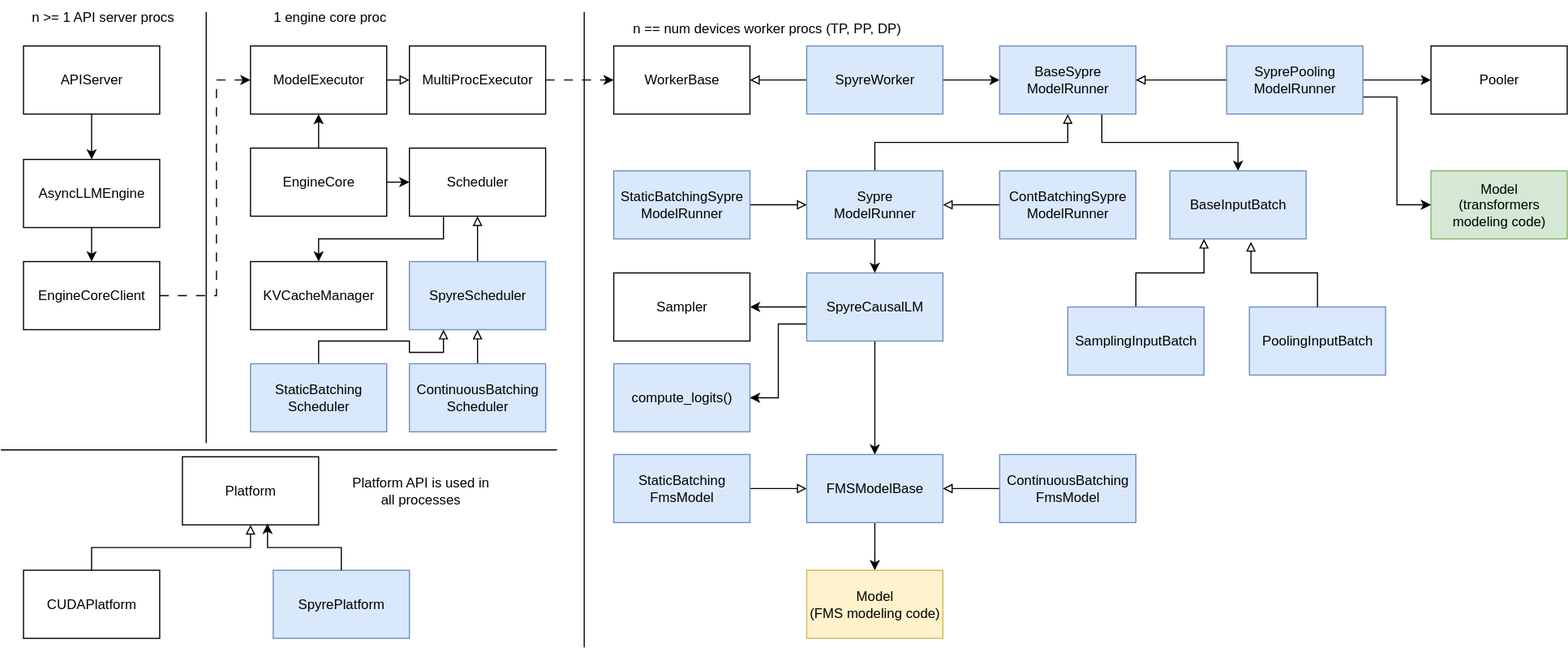
This is docs/contributing/images/vllm_v1_spyre.svg from vllm-project/vllm-spyre, a draw.io export, as it was before one commit. Source tidied: cells renumbered, new cells last; positions are measured from the earlier drawing's top-left corner, leaving out a move shared by most shapes.
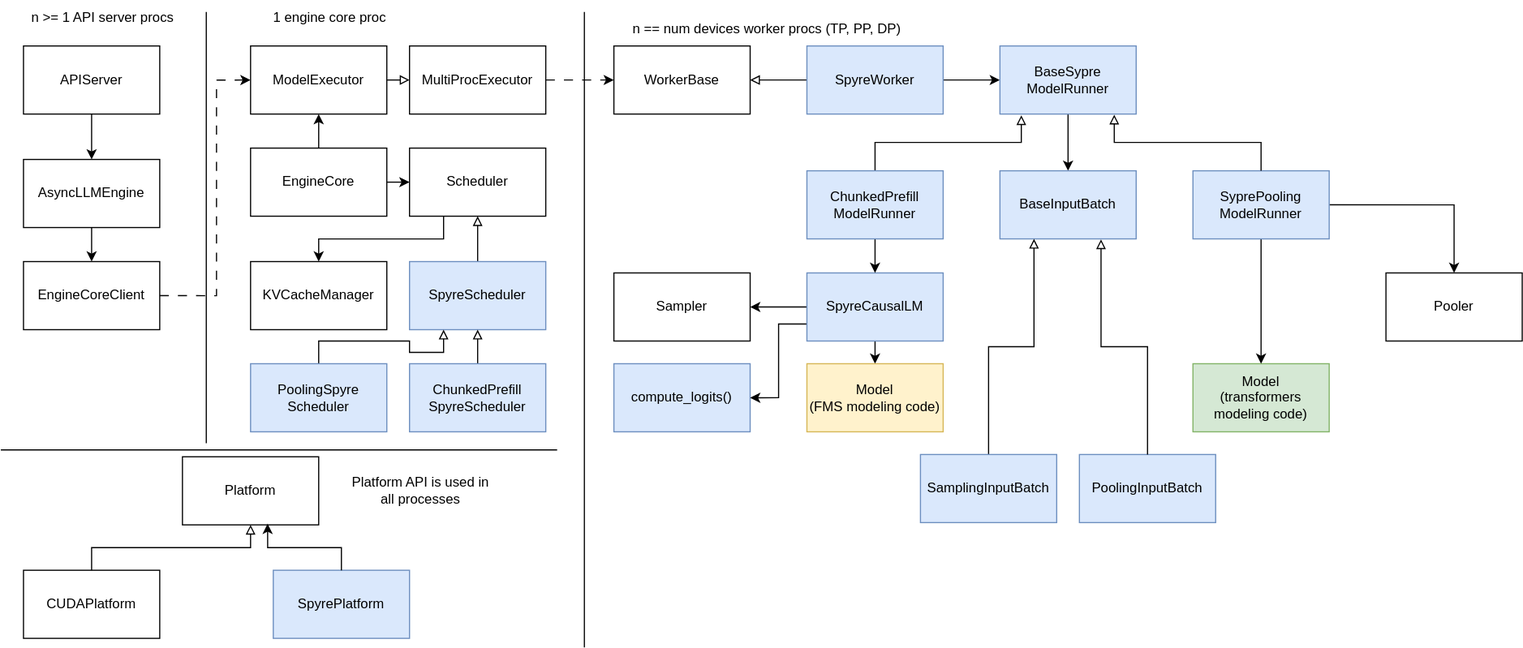
The same file after the commit.

Change to the diagram source:
```diff
@@ -67,23 +67,23 @@
     <mxCell id="21" value="SpyreWorker" style="rounded=0;whiteSpace=wrap;html=1;fillColor=#dae8fc;strokeColor=#6c8ebf;" parent="1" vertex="1">
       <mxGeometry x="710" y="40" width="120" height="60" as="geometry" />
     </mxCell>
-    <mxCell id="22" style="edgeStyle=orthogonalEdgeStyle;rounded=0;jettySize=auto;html=1;exitX=0.75;exitY=1;exitDx=0;exitDy=0;entryX=0.5;entryY=0;entryDx=0;entryDy=0;" parent="1" edge="1" source="23" target="24">
+    <mxCell id="22" style="edgeStyle=orthogonalEdgeStyle;rounded=0;jettySize=auto;html=1;exitX=0.5;exitY=1;exitDx=0;exitDy=0;entryX=0.5;entryY=0;entryDx=0;entryDy=0;" parent="1" edge="1" source="23" target="24">
       <mxGeometry relative="1" as="geometry" />
     </mxCell>
     <mxCell id="23" value="BaseSypre&lt;br&gt;ModelRunner" style="rounded=0;whiteSpace=wrap;html=1;fillColor=#dae8fc;strokeColor=#6c8ebf;" parent="1" vertex="1">
       <mxGeometry x="880" y="40" width="120" height="60" as="geometry" />
     </mxCell>
     <mxCell id="24" value="BaseInputBatch" style="rounded=0;whiteSpace=wrap;html=1;fillColor=#dae8fc;strokeColor=#6c8ebf;" parent="1" vertex="1">
-      <mxGeometry x="1030" y="150" width="120" height="60" as="geometry" />
+      <mxGeometry x="880" y="150" width="120" height="60" as="geometry" />
     </mxCell>
     <mxCell id="25" value="Model&lt;br&gt;(transformers&lt;br&gt;modeling code)" style="rounded=0;whiteSpace=wrap;html=1;fillColor=#d5e8d4;strokeColor=#82b366;" parent="1" vertex="1">
-      <mxGeometry x="1260" y="150" width="120" height="60" as="geometry" />
+      <mxGeometry x="1050" y="320" width="120" height="60" as="geometry" />
     </mxCell>
     <mxCell id="26" value="Sampler" style="rounded=0;whiteSpace=wrap;html=1;" parent="1" vertex="1">
       <mxGeometry x="540" y="240" width="120" height="60" as="geometry" />
     </mxCell>
     <mxCell id="27" value="Pooler" style="rounded=0;whiteSpace=wrap;html=1;" parent="1" vertex="1">
-      <mxGeometry x="1260" y="40" width="120" height="60" as="geometry" />
+      <mxGeometry x="1220" y="240" width="120" height="60" as="geometry" />
     </mxCell>
     <mxCell id="28" value="compute_logits()" style="rounded=0;whiteSpace=wrap;html=1;strokeColor=#6c8ebf;fillColor=#dae8fc;" parent="1" vertex="1">
       <mxGeometry x="540" y="320" width="120" height="60" as="geometry" />
@@ -133,47 +133,32 @@
     <mxCell id="43" style="edgeStyle=orthogonalEdgeStyle;rounded=0;jettySize=auto;html=1;exitX=0.5;exitY=0;exitDx=0;exitDy=0;entryX=0.25;entryY=1;entryDx=0;entryDy=0;endArrow=block;endFill=0;" parent="1" edge="1" source="44" target="42">
       <mxGeometry relative="1" as="geometry" />
     </mxCell>
-    <mxCell id="44" value="StaticBatching&lt;br&gt;Scheduler" style="rounded=0;whiteSpace=wrap;html=1;fillColor=#dae8fc;strokeColor=#6c8ebf;" parent="1" vertex="1">
+    <mxCell id="44" value="PoolingSpyre&lt;br&gt;Scheduler" style="rounded=0;whiteSpace=wrap;html=1;fillColor=#dae8fc;strokeColor=#6c8ebf;" parent="1" vertex="1">
       <mxGeometry x="220" y="320" width="120" height="60" as="geometry" />
     </mxCell>
     <mxCell id="45" style="edgeStyle=orthogonalEdgeStyle;rounded=0;jettySize=auto;html=1;exitX=0.5;exitY=0;exitDx=0;exitDy=0;entryX=0.5;entryY=1;entryDx=0;entryDy=0;endArrow=block;endFill=0;" parent="1" edge="1" source="46" target="42">
       <mxGeometry relative="1" as="geometry" />
     </mxCell>
-    <mxCell id="46" value="ContinuousBatching&lt;br&gt;Scheduler" style="rounded=0;whiteSpace=wrap;html=1;fillColor=#dae8fc;strokeColor=#6c8ebf;" parent="1" vertex="1">
+    <mxCell id="46" value="ChunkedPrefill&lt;br&gt;SpyreScheduler" style="rounded=0;whiteSpace=wrap;html=1;fillColor=#dae8fc;strokeColor=#6c8ebf;" parent="1" vertex="1">
       <mxGeometry x="360" y="320" width="120" height="60" as="geometry" />
     </mxCell>
-    <mxCell id="47" style="edgeStyle=orthogonalEdgeStyle;rounded=0;jettySize=auto;html=1;exitX=1;exitY=0.5;exitDx=0;exitDy=0;entryX=0;entryY=0.5;entryDx=0;entryDy=0;endArrow=block;endFill=0;" parent="1" edge="1" source="48" target="71">
-      <mxGeometry relative="1" as="geometry" />
-    </mxCell>
-    <mxCell id="48" value="StaticBatchingSypre&lt;br&gt;ModelRunner" style="rounded=0;whiteSpace=wrap;html=1;fillColor=#dae8fc;strokeColor=#6c8ebf;" parent="1" vertex="1">
-      <mxGeometry x="540" y="150" width="120" height="60" as="geometry" />
-    </mxCell>
-    <mxCell id="49" style="edgeStyle=orthogonalEdgeStyle;rounded=0;jettySize=auto;html=1;exitX=0;exitY=0.5;exitDx=0;exitDy=0;entryX=1;entryY=0.5;entryDx=0;entryDy=0;endArrow=block;endFill=0;" parent="1" edge="1" source="50" target="71">
-      <mxGeometry relative="1" as="geometry" />
-    </mxCell>
-    <mxCell id="50" value="ContBatchingSypre&lt;br&gt;ModelRunner" style="rounded=0;whiteSpace=wrap;html=1;fillColor=#dae8fc;strokeColor=#6c8ebf;" parent="1" vertex="1">
-      <mxGeometry x="880" y="150" width="120" height="60" as="geometry" />
-    </mxCell>
-    <mxCell id="51" style="edgeStyle=orthogonalEdgeStyle;rounded=0;jettySize=auto;html=1;exitX=0;exitY=0.5;exitDx=0;exitDy=0;entryX=1;entryY=0.5;entryDx=0;entryDy=0;endArrow=block;endFill=0;" parent="1" edge="1" source="54" target="23">
-      <mxGeometry relative="1" as="geometry" />
-    </mxCell>
     <mxCell id="52" style="edgeStyle=orthogonalEdgeStyle;rounded=0;jettySize=auto;html=1;exitX=1;exitY=0.5;exitDx=0;exitDy=0;" parent="1" edge="1" source="54" target="27">
       <mxGeometry relative="1" as="geometry" />
     </mxCell>
-    <mxCell id="53" style="edgeStyle=orthogonalEdgeStyle;rounded=0;jettySize=auto;html=1;exitX=1;exitY=0.75;exitDx=0;exitDy=0;entryX=0;entryY=0.5;entryDx=0;entryDy=0;" parent="1" edge="1" source="54" target="25">
+    <mxCell id="53" style="edgeStyle=orthogonalEdgeStyle;rounded=0;jettySize=auto;html=1;exitX=0.5;exitY=1;exitDx=0;exitDy=0;" parent="1" edge="1" source="54" target="25">
       <mxGeometry relative="1" as="geometry" />
     </mxCell>
     <mxCell id="54" value="SyprePooling&lt;br&gt;ModelRunner" style="rounded=0;whiteSpace=wrap;html=1;fillColor=#dae8fc;strokeColor=#6c8ebf;" parent="1" vertex="1">
-      <mxGeometry x="1080" y="40" width="120" height="60" as="geometry" />
+      <mxGeometry x="1050" y="150" width="120" height="60" as="geometry" />
     </mxCell>
     <mxCell id="55" style="edgeStyle=orthogonalEdgeStyle;rounded=0;jettySize=auto;html=1;exitX=0.5;exitY=0;exitDx=0;exitDy=0;entryX=0.25;entryY=1;entryDx=0;entryDy=0;endArrow=block;endFill=0;" parent="1" edge="1" source="56" target="24">
       <mxGeometry relative="1" as="geometry" />
     </mxCell>
     <mxCell id="56" value="SamplingInputBatch" style="rounded=0;whiteSpace=wrap;html=1;fillColor=#dae8fc;strokeColor=#6c8ebf;" parent="1" vertex="1">
-      <mxGeometry x="940" y="270" width="120" height="60" as="geometry" />
+      <mxGeometry x="810" y="400" width="120" height="60" as="geometry" />
     </mxCell>
     <mxCell id="57" value="PoolingInputBatch" style="rounded=0;whiteSpace=wrap;html=1;fillColor=#dae8fc;strokeColor=#6c8ebf;" parent="1" vertex="1">
-      <mxGeometry x="1100" y="270" width="120" height="60" as="geometry" />
+      <mxGeometry x="950" y="400" width="120" height="60" as="geometry" />
     </mxCell>
     <mxCell id="58" style="edgeStyle=orthogonalEdgeStyle;rounded=0;jettySize=auto;html=1;exitX=0;exitY=0.5;exitDx=0;exitDy=0;entryX=1;entryY=0.5;entryDx=0;entryDy=0;" parent="1" edge="1" source="61" target="26">
       <mxGeometry relative="1" as="geometry" />
@@ -181,44 +166,29 @@
     <mxCell id="59" style="edgeStyle=orthogonalEdgeStyle;rounded=0;jettySize=auto;html=1;exitX=0;exitY=0.75;exitDx=0;exitDy=0;entryX=1;entryY=0.5;entryDx=0;entryDy=0;" parent="1" edge="1" source="61" target="28">
       <mxGeometry relative="1" as="geometry" />
     </mxCell>
-    <mxCell id="60" style="edgeStyle=orthogonalEdgeStyle;rounded=0;jettySize=auto;html=1;exitX=0.5;exitY=1;exitDx=0;exitDy=0;entryX=0.5;entryY=0;entryDx=0;entryDy=0;" parent="1" edge="1" source="61" target="63">
+    <mxCell id="60" style="edgeStyle=orthogonalEdgeStyle;rounded=0;jettySize=auto;html=1;exitX=0.5;exitY=1;exitDx=0;exitDy=0;entryX=0.5;entryY=0;entryDx=0;entryDy=0;" parent="1" edge="1" source="61" target="64">
       <mxGeometry relative="1" as="geometry" />
     </mxCell>
     <mxCell id="61" value="SpyreCausalLM" style="rounded=0;whiteSpace=wrap;html=1;fillColor=#dae8fc;strokeColor=#6c8ebf;" parent="1" vertex="1">
       <mxGeometry x="710" y="240" width="120" height="60" as="geometry" />
     </mxCell>
-    <mxCell id="62" style="edgeStyle=orthogonalEdgeStyle;rounded=0;jettySize=auto;html=1;exitX=0.5;exitY=1;exitDx=0;exitDy=0;" parent="1" edge="1" source="63" target="64">
-      <mxGeometry relative="1" as="geometry" />
-    </mxCell>
-    <mxCell id="63" value="FMSModelBase" style="rounded=0;whiteSpace=wrap;html=1;fillColor=#dae8fc;strokeColor=#6c8ebf;" parent="1" vertex="1">
-      <mxGeometry x="710" y="400" width="120" height="60" as="geometry" />
-    </mxCell>
     <mxCell id="64" value="Model&lt;br&gt;(FMS modeling code)" style="rounded=0;whiteSpace=wrap;html=1;fillColor=#fff2cc;strokeColor=#d6b656;" parent="1" vertex="1">
-      <mxGeometry x="710" y="502" width="120" height="60" as="geometry" />
+      <mxGeometry x="710" y="320" width="120" height="60" as="geometry" />
     </mxCell>
-    <mxCell id="65" style="edgeStyle=orthogonalEdgeStyle;rounded=0;jettySize=auto;html=1;exitX=0;exitY=0.5;exitDx=0;exitDy=0;entryX=1;entryY=0.5;entryDx=0;entryDy=0;endArrow=block;endFill=0;" parent="1" edge="1" source="66" target="63">
-      <mxGeometry relative="1" as="geometry" />
-    </mxCell>
-    <mxCell id="66" value="ContinuousBatching&lt;br&gt;FmsModel" style="rounded=0;whiteSpace=wrap;html=1;fillColor=#dae8fc;strokeColor=#6c8ebf;" parent="1" vertex="1">
-      <mxGeometry x="880" y="400" width="120" height="60" as="geometry" />
-    </mxCell>
-    <mxCell id="67" style="edgeStyle=orthogonalEdgeStyle;rounded=0;jettySize=auto;html=1;exitX=1;exitY=0.5;exitDx=0;exitDy=0;entryX=0;entryY=0.5;entryDx=0;entryDy=0;endArrow=block;endFill=0;" parent="1" edge="1" source="68" target="63">
-      <mxGeometry relative="1" as="geometry" />
-    </mxCell>
-    <mxCell id="68" value="StaticBatching&lt;br&gt;FmsModel" style="rounded=0;whiteSpace=wrap;html=1;fillColor=#dae8fc;strokeColor=#6c8ebf;" parent="1" vertex="1">
-      <mxGeometry x="540" y="400" width="120" height="60" as="geometry" />
-    </mxCell>
-    <mxCell id="69" style="edgeStyle=orthogonalEdgeStyle;rounded=0;jettySize=auto;html=1;exitX=0.5;exitY=0;exitDx=0;exitDy=0;entryX=0.5;entryY=1;entryDx=0;entryDy=0;endArrow=block;endFill=0;" parent="1" edge="1" source="71" target="23">
+    <mxCell id="69" style="edgeStyle=orthogonalEdgeStyle;rounded=0;jettySize=auto;html=1;exitX=0.5;exitY=0;exitDx=0;exitDy=0;entryX=0.157;entryY=1.018;entryDx=0;entryDy=0;endArrow=block;endFill=0;entryPerimeter=0;" parent="1" edge="1" source="71" target="23">
       <mxGeometry relative="1" as="geometry" />
     </mxCell>
     <mxCell id="70" style="edgeStyle=orthogonalEdgeStyle;rounded=0;jettySize=auto;html=1;exitX=0.5;exitY=1;exitDx=0;exitDy=0;entryX=0.5;entryY=0;entryDx=0;entryDy=0;" parent="1" edge="1" source="71" target="61">
       <mxGeometry relative="1" as="geometry" />
     </mxCell>
-    <mxCell id="71" value="Sypre&lt;br&gt;ModelRunner" style="rounded=0;whiteSpace=wrap;html=1;fillColor=#dae8fc;strokeColor=#6c8ebf;" parent="1" vertex="1">
+    <mxCell id="71" value="ChunkedPrefill&lt;br&gt;ModelRunner" style="rounded=0;whiteSpace=wrap;html=1;fillColor=#dae8fc;strokeColor=#6c8ebf;" parent="1" vertex="1">
       <mxGeometry x="710" y="150" width="120" height="60" as="geometry" />
     </mxCell>
-    <mxCell id="72" style="edgeStyle=orthogonalEdgeStyle;rounded=0;jettySize=auto;html=1;exitX=0.5;exitY=0;exitDx=0;exitDy=0;entryX=0.595;entryY=1.044;entryDx=0;entryDy=0;entryPerimeter=0;endArrow=block;endFill=0;" parent="1" edge="1" source="57" target="24">
+    <mxCell id="72" style="edgeStyle=orthogonalEdgeStyle;rounded=0;jettySize=auto;html=1;exitX=0.5;exitY=0;exitDx=0;exitDy=0;entryX=0.742;entryY=1.007;entryDx=0;entryDy=0;entryPerimeter=0;endArrow=block;endFill=0;" parent="1" edge="1" source="57" target="24">
       <mxGeometry relative="1" as="geometry" />
     </mxCell>
+    <mxCell id="51" style="edgeStyle=orthogonalEdgeStyle;rounded=0;jettySize=auto;html=1;exitX=0.5;exitY=0;exitDx=0;exitDy=0;entryX=0.839;entryY=1.009;entryDx=0;entryDy=0;entryPerimeter=0;endArrow=block;endFill=0;" parent="1" edge="1" source="54" target="23">
+      <mxGeometry relative="1" as="geometry" />
+    </mxCell>
   </root>
 </mxGraphModel>
```
